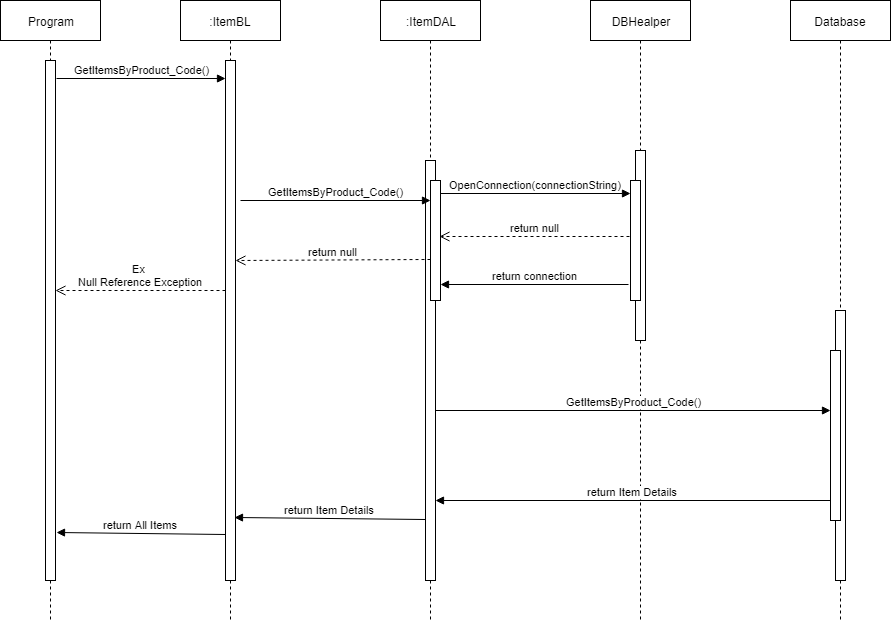
Before: Document/Sequence Diagram/SequenceDiagram_ShowItemDetail.png, a diagram exported from draw.io (LinhNguyennnn/Shop_HeadPhone_G03). Source tidied: cells renumbered, new cells last; positions are measured from the earlier drawing's top-left corner, leaving out a move shared by most shapes.
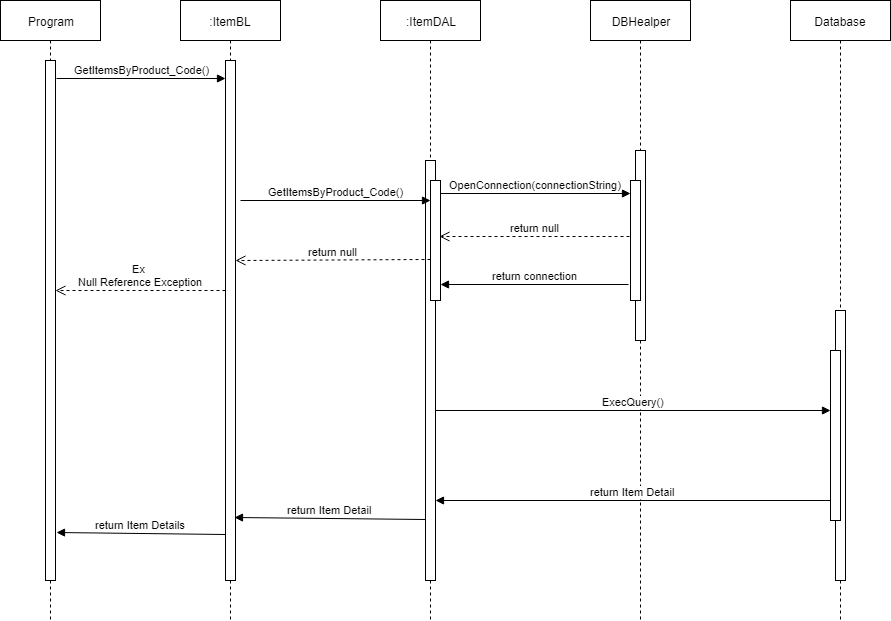
Above is the later version.

What changed in the source:
```diff
@@ -52,16 +52,16 @@
     <mxCell id="17" value="return connection" style="html=1;verticalAlign=bottom;endArrow=block;exitX=-0.2;exitY=0.867;exitDx=0;exitDy=0;exitPerimeter=0;" parent="1" edge="1" source="10" target="7">
       <mxGeometry relative="1" as="geometry" />
     </mxCell>
-    <mxCell id="18" value="GetItemsByProduct_Code()" style="html=1;verticalAlign=bottom;endArrow=block;entryX=0;entryY=0.353;entryDx=0;entryDy=0;entryPerimeter=0;" parent="1" edge="1" source="6" target="13">
+    <mxCell id="18" value="&lt;div&gt;&lt;span&gt;ExecQuery()&lt;/span&gt;&lt;/div&gt;" style="html=1;verticalAlign=bottom;endArrow=block;entryX=0;entryY=0.353;entryDx=0;entryDy=0;entryPerimeter=0;" parent="1" edge="1" source="6" target="13">
       <mxGeometry relative="1" as="geometry" />
     </mxCell>
-    <mxCell id="19" value="return Item Details" style="html=1;verticalAlign=bottom;endArrow=block;exitX=0;exitY=0.882;exitDx=0;exitDy=0;exitPerimeter=0;" parent="1" edge="1" source="13" target="6">
+    <mxCell id="19" value="return Item Detail" style="html=1;verticalAlign=bottom;endArrow=block;exitX=0;exitY=0.882;exitDx=0;exitDy=0;exitPerimeter=0;" parent="1" edge="1" source="13" target="6">
       <mxGeometry relative="1" as="geometry" />
     </mxCell>
-    <mxCell id="20" value="return Item Details" style="html=1;verticalAlign=bottom;endArrow=block;exitX=0;exitY=0.855;exitDx=0;exitDy=0;exitPerimeter=0;entryX=0.9;entryY=0.879;entryDx=0;entryDy=0;entryPerimeter=0;" parent="1" edge="1" source="6" target="14">
+    <mxCell id="20" value="return Item Detail" style="html=1;verticalAlign=bottom;endArrow=block;exitX=0;exitY=0.855;exitDx=0;exitDy=0;exitPerimeter=0;entryX=0.9;entryY=0.879;entryDx=0;entryDy=0;entryPerimeter=0;" parent="1" edge="1" source="6" target="14">
       <mxGeometry relative="1" as="geometry" />
     </mxCell>
-    <mxCell id="21" value="return All Items" style="html=1;verticalAlign=bottom;endArrow=block;exitX=0;exitY=0.912;exitDx=0;exitDy=0;exitPerimeter=0;entryX=1.1;entryY=0.908;entryDx=0;entryDy=0;entryPerimeter=0;" parent="1" edge="1" source="14" target="3">
+    <mxCell id="21" value="return Item Details" style="html=1;verticalAlign=bottom;endArrow=block;exitX=0;exitY=0.912;exitDx=0;exitDy=0;exitPerimeter=0;entryX=1.1;entryY=0.908;entryDx=0;entryDy=0;entryPerimeter=0;" parent="1" edge="1" source="14" target="3">
       <mxGeometry relative="1" as="geometry" />
     </mxCell>
     <mxCell id="22" value="return null" style="html=1;verticalAlign=bottom;endArrow=open;dashed=1;endSize=8;exitX=-0.1;exitY=0.467;exitDx=0;exitDy=0;exitPerimeter=0;entryX=0.9;entryY=0.467;entryDx=0;entryDy=0;entryPerimeter=0;" parent="1" edge="1" source="10" target="7">
```
